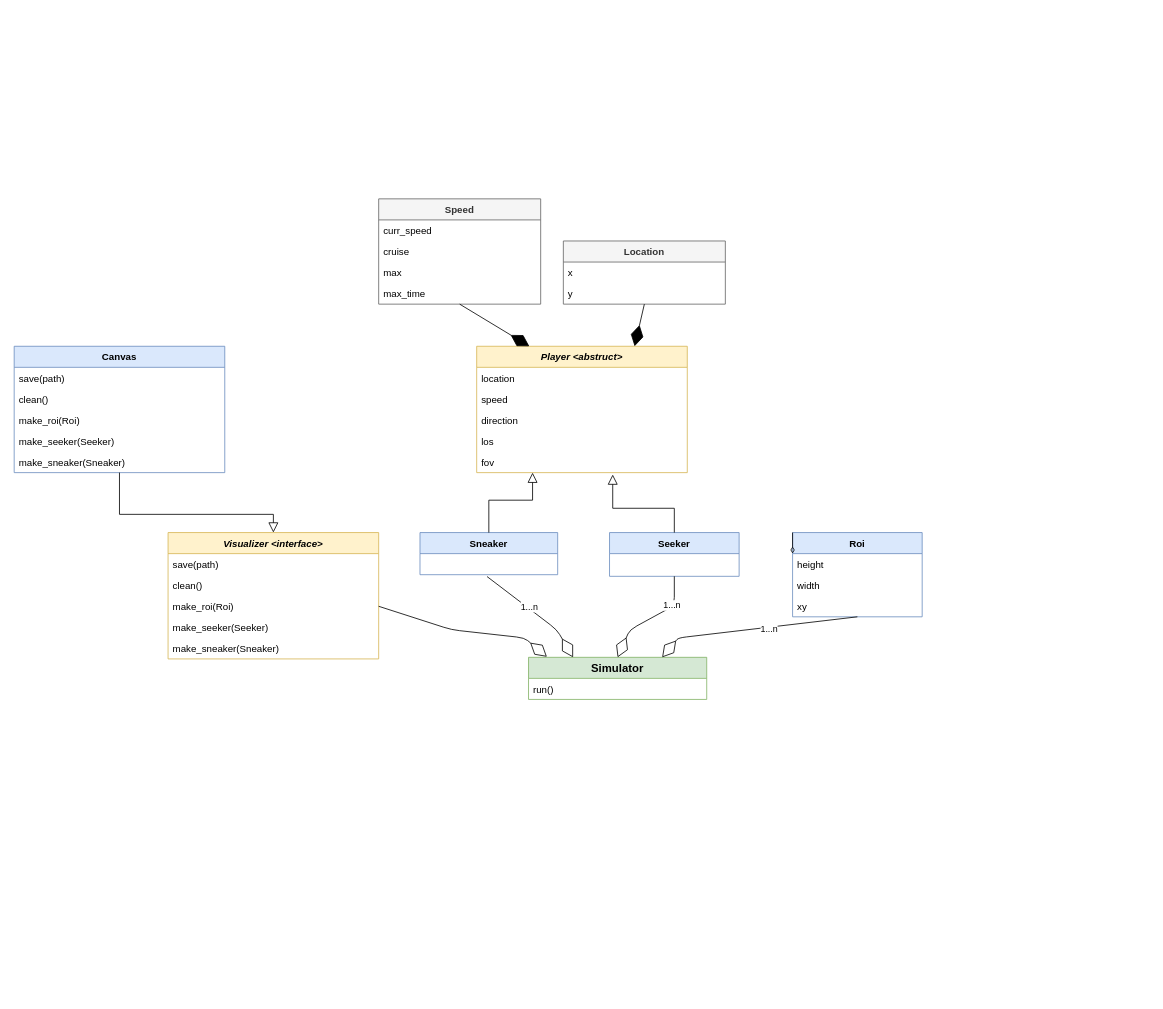
This is sneaker_seeker_app/sneaker_seeker_class_diagram.drawio from shaymic1/SneakerSeeker, a draw.io file, before an edit. Source tidied: cells renumbered, new cells numbered last; positions are measured from the earlier drawing's top-left corner, leaving out a move shared by most shapes. Both pictures are drawn from the tidied source at 81%, with x=0, y=0 at pixel (14, 198).
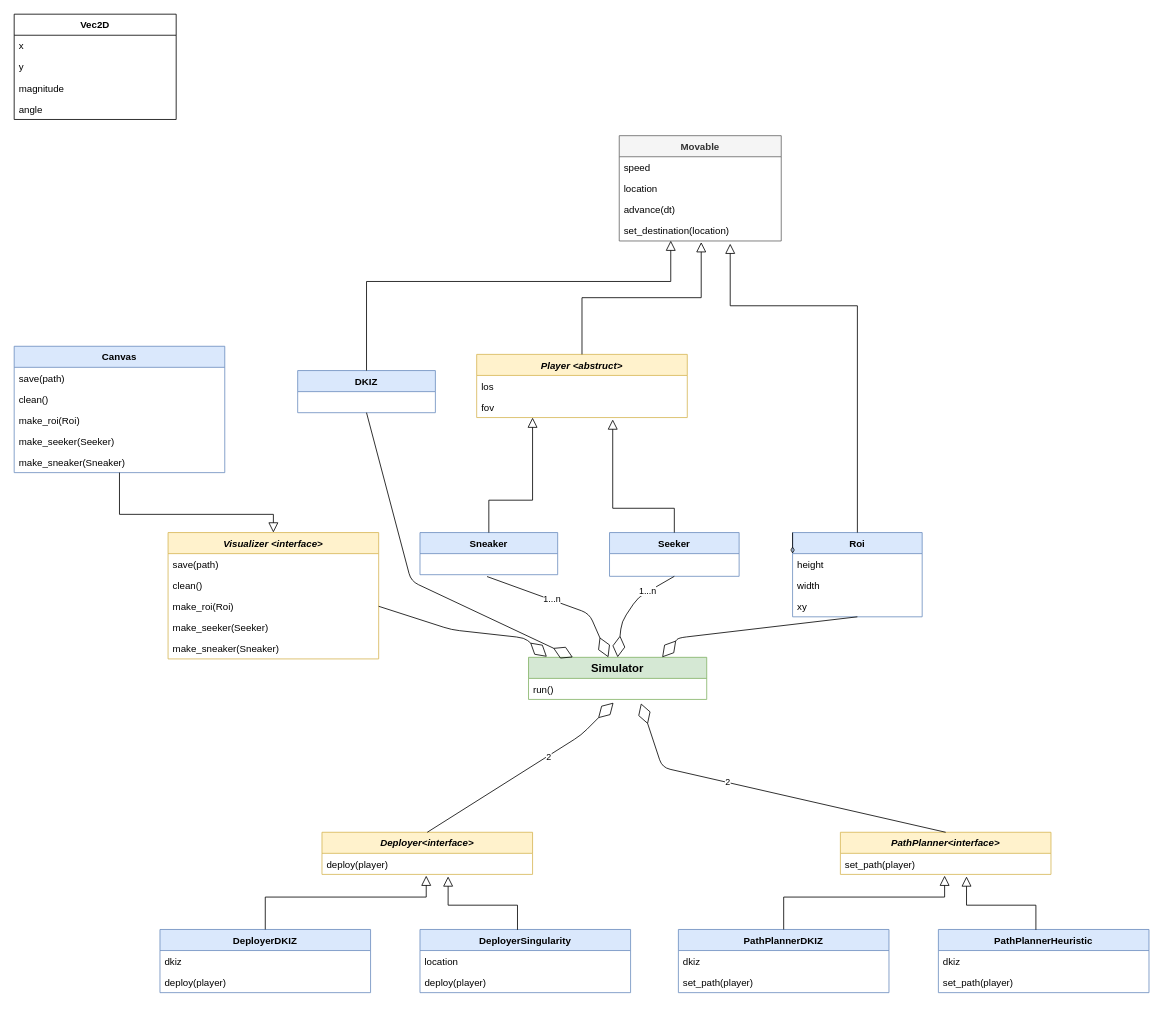
Above is the later version.

Commit message (it also covers changes not shown here):
- add progress bar - extend UML diagram - extend the "set_destination" to set the observation_direction of the Players. - type hint all the fields of simulator.

Unchanged cells that the change refers to:
```xml
<mxCell id="9" value="Simulator" style="swimlane;fontStyle=1;horizontal=1;startSize=26;fillColor=#d5e8d4;strokeColor=#82b366;fontSize=14;" parent="1" vertex="1">
  <mxGeometry x="635" y="566" width="220" height="52" as="geometry" />
</mxCell>
<mxCell id="10" value="run()" style="text;strokeColor=none;fillColor=none;align=left;verticalAlign=top;spacingLeft=4;spacingRight=4;overflow=hidden;points=[[0,0.5],[1,0.5]];portConstraint=eastwest;" parent="9" vertex="1">
  <mxGeometry y="26" width="220" height="26" as="geometry" />
</mxCell>
<mxCell id="11" value="Roi" style="swimlane;fontStyle=1;horizontal=1;startSize=26;fillColor=#dae8fc;strokeColor=#6c8ebf;" parent="1" vertex="1">
  <mxGeometry x="961" y="412" width="160" height="104" as="geometry" />
</mxCell>
<mxCell id="47" style="endArrow=diamondThin;endFill=0;endSize=24;html=1;exitX=0.5;exitY=1;exitDx=0;exitDy=0;entryX=0.75;entryY=0;entryDx=0;entryDy=0;" parent="1" edge="1" source="11" target="9">
  <mxGeometry relative="1" as="geometry">
    <Array as="points">
      <mxPoint x="820" y="542" />
    </Array>
  </mxGeometry>
</mxCell>
```

The edit, as a diff of the source:
```diff
@@
-    <mxCell id="17" style="endArrow=diamondThin;endFill=0;endSize=24;html=1;exitX=0.487;exitY=1.089;exitDx=0;exitDy=0;entryX=0.25;entryY=0;entryDx=0;entryDy=0;exitPerimeter=0;" parent="1" edge="1" target="9">
+    <mxCell id="17" style="endArrow=diamondThin;endFill=0;endSize=24;html=1;exitX=0.487;exitY=1.089;exitDx=0;exitDy=0;exitPerimeter=0;" parent="1" edge="1" target="9">
       <mxGeometry relative="1" as="geometry">
         <mxPoint x="583.8" y="466.3" as="sourcePoint" />
         <Array as="points">
-          <mxPoint x="670" y="532" />
+          <mxPoint x="710" y="512" />
         </Array>
       </mxGeometry>
     </mxCell>
@@
     <mxCell id="20" style="endArrow=diamondThin;endFill=0;endSize=24;html=1;entryX=0.5;entryY=0;entryDx=0;entryDy=0;" parent="1" edge="1" target="9">
       <mxGeometry relative="1" as="geometry">
         <mxPoint x="815" y="466" as="sourcePoint" />
         <Array as="points">
-          <mxPoint x="815" y="502" />
-          <mxPoint x="760" y="532" />
+          <mxPoint x="770" y="492" />
+          <mxPoint x="750" y="522" />
         </Array>
       </mxGeometry>
     </mxCell>
@@
     <mxCell id="29" value="Player &lt;abstruct&gt;" style="swimlane;fontStyle=3;horizontal=1;startSize=26;fillColor=#fff2cc;strokeColor=#d6b656;" parent="1" vertex="1">
-      <mxGeometry x="571" y="182" width="260" height="156" as="geometry" />
+      <mxGeometry x="571" y="192" width="260" height="78" as="geometry" />
     </mxCell>
-    <mxCell id="30" value="location" style="text;strokeColor=none;fillColor=none;align=left;verticalAlign=top;spacingLeft=4;spacingRight=4;overflow=hidden;" parent="29" vertex="1">
-      <mxGeometry y="26" width="260" height="26" as="geometry" />
-    </mxCell>
-    <mxCell id="31" value="speed" style="text;strokeColor=none;fillColor=none;align=left;verticalAlign=top;spacingLeft=4;spacingRight=4;overflow=hidden;" parent="29" vertex="1">
-      <mxGeometry y="52" width="260" height="26" as="geometry" />
-    </mxCell>
-    <mxCell id="32" value="direction" style="text;strokeColor=none;fillColor=none;align=left;verticalAlign=top;spacingLeft=4;spacingRight=4;overflow=hidden;" parent="29" vertex="1">
-      <mxGeometry y="78" width="260" height="26" as="geometry" />
-    </mxCell>
     <mxCell id="33" value="los" style="text;strokeColor=none;fillColor=none;align=left;verticalAlign=top;spacingLeft=4;spacingRight=4;overflow=hidden;" parent="29" vertex="1">
-      <mxGeometry y="104" width="260" height="26" as="geometry" />
+      <mxGeometry y="26" width="260" height="26" as="geometry" />
     </mxCell>
     <mxCell id="34" value="fov" style="text;strokeColor=none;fillColor=none;align=left;verticalAlign=top;spacingLeft=4;spacingRight=4;overflow=hidden;points=[[0,0.5],[1,0.5]];portConstraint=eastwest;" parent="29" vertex="1">
-      <mxGeometry y="130" width="260" height="26" as="geometry" />
+      <mxGeometry y="52" width="260" height="26" as="geometry" />
     </mxCell>
@@
-    <mxCell id="37" value="Speed" style="swimlane;fontStyle=1;horizontal=1;startSize=26;fillColor=#f5f5f5;strokeColor=#666666;fontColor=#333333;" parent="1" vertex="1">
-      <mxGeometry x="450" width="200" height="130" as="geometry" />
-    </mxCell>
-    <mxCell id="38" value="curr_speed" style="text;strokeColor=none;fillColor=none;align=left;verticalAlign=top;spacingLeft=4;spacingRight=4;overflow=hidden;" parent="37" vertex="1">
-      <mxGeometry y="26" width="200" height="26" as="geometry" />
-    </mxCell>
-    <mxCell id="39" value="cruise" style="text;strokeColor=none;fillColor=none;align=left;verticalAlign=top;spacingLeft=4;spacingRight=4;overflow=hidden;" parent="37" vertex="1">
-      <mxGeometry y="52" width="200" height="26" as="geometry" />
-    </mxCell>
-    <mxCell id="40" value="max" style="text;strokeColor=none;fillColor=none;align=left;verticalAlign=top;spacingLeft=4;spacingRight=4;overflow=hidden;" parent="37" vertex="1">
-      <mxGeometry y="78" width="200" height="26" as="geometry" />
-    </mxCell>
-    <mxCell id="41" value="max_time" style="text;strokeColor=none;fillColor=none;align=left;verticalAlign=top;spacingLeft=4;spacingRight=4;overflow=hidden;" parent="37" vertex="1">
-      <mxGeometry y="104" width="200" height="26" as="geometry" />
-    </mxCell>
-    <mxCell id="42" style="endArrow=diamondThin;endFill=1;endSize=24;html=1;exitX=0.5;exitY=1;exitDx=0;exitDy=0;entryX=0.25;entryY=0;entryDx=0;entryDy=0;" parent="1" edge="1" source="37" target="29">
-      <mxGeometry relative="1" as="geometry" />
-    </mxCell>
-    <mxCell id="43" value="Location" style="swimlane;fontStyle=1;horizontal=1;startSize=26;fillColor=#f5f5f5;strokeColor=#666666;fontColor=#333333;" parent="1" vertex="1">
-      <mxGeometry x="678" y="52" width="200" height="78" as="geometry" />
+    <mxCell id="43" value="Vec2D" style="swimlane;fontStyle=1;horizontal=1;startSize=26;" parent="1" vertex="1">
+      <mxGeometry y="-228" width="200" height="130" as="geometry" />
     </mxCell>
@@
-    <mxCell id="46" style="endArrow=diamondThin;endFill=1;endSize=24;html=1;exitX=0.5;exitY=1;exitDx=0;exitDy=0;entryX=0.75;entryY=0;entryDx=0;entryDy=0;" parent="1" edge="1" source="43" target="29">
-      <mxGeometry relative="1" as="geometry" />
-    </mxCell>
+    <mxCell id="49" value="magnitude" style="text;strokeColor=none;fillColor=none;align=left;verticalAlign=top;spacingLeft=4;spacingRight=4;overflow=hidden;" parent="43" vertex="1">
+      <mxGeometry y="78" width="200" height="26" as="geometry" />
+    </mxCell>
+    <mxCell id="50" value="angle" style="text;strokeColor=none;fillColor=none;align=left;verticalAlign=top;spacingLeft=4;spacingRight=4;overflow=hidden;" parent="43" vertex="1">
+      <mxGeometry y="104" width="200" height="26" as="geometry" />
+    </mxCell>
@@
-    <mxCell id="48" value="1...n" style="edgeLabel;html=1;align=center;verticalAlign=middle;" parent="47" vertex="1">
-      <mxGeometry x="-0.13" y="2" relative="1" as="geometry" />
-    </mxCell>
+    <mxCell id="51" value="Movable" style="swimlane;fontStyle=1;horizontal=1;startSize=26;fillColor=#f5f5f5;strokeColor=#666666;fontColor=#333333;" parent="1" vertex="1">
+      <mxGeometry x="747" y="-78" width="200" height="130" as="geometry" />
+    </mxCell>
+    <mxCell id="31" value="speed" style="text;strokeColor=none;fillColor=none;align=left;verticalAlign=top;spacingLeft=4;spacingRight=4;overflow=hidden;" parent="51" vertex="1">
+      <mxGeometry y="26" width="200" height="26" as="geometry" />
+    </mxCell>
+    <mxCell id="52" value="location" style="text;strokeColor=none;fillColor=none;align=left;verticalAlign=top;spacingLeft=4;spacingRight=4;overflow=hidden;" parent="51" vertex="1">
+      <mxGeometry y="52" width="200" height="26" as="geometry" />
+    </mxCell>
+    <mxCell id="53" value="advance(dt)" style="text;strokeColor=none;fillColor=none;align=left;verticalAlign=top;spacingLeft=4;spacingRight=4;overflow=hidden;" parent="51" vertex="1">
+      <mxGeometry y="78" width="200" height="26" as="geometry" />
+    </mxCell>
+    <mxCell id="54" value="set_destination(location)" style="text;strokeColor=none;fillColor=none;align=left;verticalAlign=top;spacingLeft=4;spacingRight=4;overflow=hidden;points=[[0,0.5],[1,0.5]];portConstraint=eastwest;" parent="51" vertex="1">
+      <mxGeometry y="104" width="200" height="26" as="geometry" />
+    </mxCell>
+    <mxCell id="55" style="endArrow=block;endSize=10;endFill=0;shadow=0;strokeWidth=1;rounded=0;edgeStyle=elbowEdgeStyle;elbow=vertical;exitX=0.5;exitY=0;exitDx=0;exitDy=0;entryX=0.506;entryY=1.054;entryDx=0;entryDy=0;entryPerimeter=0;" parent="1" edge="1" source="29" target="54">
+      <mxGeometry relative="1" as="geometry">
+        <Array as="points">
+          <mxPoint x="780" y="122" />
+          <mxPoint x="480" y="365.5" />
+          <mxPoint x="380" y="379.5" />
+          <mxPoint x="360" y="366.5" />
+          <mxPoint x="390" y="392.5" />
+          <mxPoint x="420" y="730.5" />
+        </Array>
+      </mxGeometry>
+    </mxCell>
+    <mxCell id="56" style="endArrow=block;endSize=10;endFill=0;shadow=0;strokeWidth=1;rounded=0;edgeStyle=elbowEdgeStyle;elbow=vertical;exitX=0.5;exitY=0;exitDx=0;exitDy=0;entryX=0.685;entryY=1.127;entryDx=0;entryDy=0;entryPerimeter=0;" parent="1" edge="1" source="11" target="54">
+      <mxGeometry relative="1" as="geometry">
+        <Array as="points">
+          <mxPoint x="790" y="132" />
+          <mxPoint x="490" y="375.5" />
+          <mxPoint x="390" y="389.5" />
+          <mxPoint x="370" y="376.5" />
+          <mxPoint x="400" y="402.5" />
+          <mxPoint x="430" y="740.5" />
+        </Array>
+      </mxGeometry>
+    </mxCell>
+    <mxCell id="57" value="DKIZ" style="swimlane;fontStyle=1;horizontal=1;startSize=26;fillColor=#dae8fc;strokeColor=#6c8ebf;" parent="1" vertex="1">
+      <mxGeometry x="350" y="212" width="170" height="52" as="geometry" />
+    </mxCell>
+    <mxCell id="58" style="endArrow=block;endSize=10;endFill=0;shadow=0;strokeWidth=1;rounded=0;edgeStyle=elbowEdgeStyle;elbow=vertical;exitX=0.5;exitY=0;exitDx=0;exitDy=0;entryX=0.318;entryY=0.982;entryDx=0;entryDy=0;entryPerimeter=0;" parent="1" edge="1" source="57" target="54">
+      <mxGeometry relative="1" as="geometry">
+        <Array as="points">
+          <mxPoint x="630" y="102" />
+          <mxPoint x="490" y="375.5" />
+          <mxPoint x="390" y="389.5" />
+          <mxPoint x="370" y="376.5" />
+          <mxPoint x="400" y="402.5" />
+          <mxPoint x="430" y="740.5" />
+        </Array>
+      </mxGeometry>
+    </mxCell>
+    <mxCell id="59" style="endArrow=diamondThin;endFill=0;endSize=24;html=1;exitX=0.5;exitY=1;exitDx=0;exitDy=0;" parent="1" edge="1" source="57" target="9">
+      <mxGeometry relative="1" as="geometry">
+        <Array as="points">
+          <mxPoint x="490" y="472" />
+        </Array>
+      </mxGeometry>
+    </mxCell>
+    <mxCell id="60" value="DeployerDKIZ" style="swimlane;fontStyle=1;horizontal=1;startSize=26;fillColor=#dae8fc;strokeColor=#6c8ebf;" parent="1" vertex="1">
+      <mxGeometry x="180" y="902" width="260" height="78" as="geometry" />
+    </mxCell>
+    <mxCell id="61" value="dkiz" style="text;strokeColor=none;fillColor=none;align=left;verticalAlign=top;spacingLeft=4;spacingRight=4;overflow=hidden;" parent="60" vertex="1">
+      <mxGeometry y="26" width="260" height="26" as="geometry" />
+    </mxCell>
+    <mxCell id="62" value="deploy(player)" style="text;strokeColor=none;fillColor=none;align=left;verticalAlign=top;spacingLeft=4;spacingRight=4;overflow=hidden;" parent="60" vertex="1">
+      <mxGeometry y="52" width="260" height="26" as="geometry" />
+    </mxCell>
+    <mxCell id="63" value="Deployer&lt;interface&gt;" style="swimlane;fontStyle=3;horizontal=1;startSize=26;fillColor=#fff2cc;strokeColor=#d6b656;" parent="1" vertex="1">
+      <mxGeometry x="380" y="782" width="260" height="52" as="geometry" />
+    </mxCell>
+    <mxCell id="64" value="deploy(player)" style="text;strokeColor=none;fillColor=none;align=left;verticalAlign=top;spacingLeft=4;spacingRight=4;overflow=hidden;points=[[0,0.5],[1,0.5]];portConstraint=eastwest;" parent="63" vertex="1">
+      <mxGeometry y="26" width="260" height="26" as="geometry" />
+    </mxCell>
+    <mxCell id="65" style="endArrow=block;endSize=10;endFill=0;shadow=0;strokeWidth=1;rounded=0;edgeStyle=elbowEdgeStyle;elbow=vertical;entryX=0.495;entryY=1.059;entryDx=0;entryDy=0;exitX=0.5;exitY=0;exitDx=0;exitDy=0;entryPerimeter=0;" parent="1" edge="1" source="60" target="64">
+      <mxGeometry relative="1" as="geometry">
+        <Array as="points">
+          <mxPoint x="430" y="862" />
+          <mxPoint x="260" y="481.5" />
+          <mxPoint x="160" y="495.5" />
+          <mxPoint x="140" y="482.5" />
+          <mxPoint x="170" y="508.5" />
+          <mxPoint x="200" y="846.5" />
+        </Array>
+      </mxGeometry>
+    </mxCell>
+    <mxCell id="66" style="endArrow=diamondThin;endFill=0;endSize=24;html=1;exitX=0.5;exitY=0;exitDx=0;exitDy=0;" parent="1" edge="1" source="63">
+      <mxGeometry relative="1" as="geometry">
+        <mxPoint x="740" y="622" as="targetPoint" />
+        <Array as="points">
+          <mxPoint x="700" y="662" />
+        </Array>
+      </mxGeometry>
+    </mxCell>
+    <mxCell id="67" value="2" style="edgeLabel;html=1;align=center;verticalAlign=middle;" parent="66" vertex="1">
+      <mxGeometry x="0.25" y="-1" relative="1" as="geometry" />
+    </mxCell>
+    <mxCell id="68" value="DeployerSingularity" style="swimlane;fontStyle=1;horizontal=1;startSize=26;fillColor=#dae8fc;strokeColor=#6c8ebf;" parent="1" vertex="1">
+      <mxGeometry x="501" y="902" width="260" height="78" as="geometry" />
+    </mxCell>
+    <mxCell id="30" value="location" style="text;strokeColor=none;fillColor=none;align=left;verticalAlign=top;spacingLeft=4;spacingRight=4;overflow=hidden;" parent="68" vertex="1">
+      <mxGeometry y="26" width="260" height="26" as="geometry" />
+    </mxCell>
+    <mxCell id="69" value="deploy(player)" style="text;strokeColor=none;fillColor=none;align=left;verticalAlign=top;spacingLeft=4;spacingRight=4;overflow=hidden;" parent="68" vertex="1">
+      <mxGeometry y="52" width="260" height="26" as="geometry" />
+    </mxCell>
+    <mxCell id="70" style="endArrow=block;endSize=10;endFill=0;shadow=0;strokeWidth=1;rounded=0;edgeStyle=elbowEdgeStyle;elbow=vertical;entryX=0.599;entryY=1.095;entryDx=0;entryDy=0;exitX=0.463;exitY=0.005;exitDx=0;exitDy=0;entryPerimeter=0;exitPerimeter=0;" parent="1" edge="1" source="68" target="64">
+      <mxGeometry relative="1" as="geometry">
+        <Array as="points">
+          <mxPoint x="440" y="872" />
+          <mxPoint x="270" y="491.5" />
+          <mxPoint x="170" y="505.5" />
+          <mxPoint x="150" y="492.5" />
+          <mxPoint x="180" y="518.5" />
+          <mxPoint x="210" y="856.5" />
+        </Array>
+      </mxGeometry>
+    </mxCell>
+    <mxCell id="71" value="PathPlannerDKIZ" style="swimlane;fontStyle=1;horizontal=1;startSize=26;fillColor=#dae8fc;strokeColor=#6c8ebf;" parent="1" vertex="1">
+      <mxGeometry x="820" y="902" width="260" height="78" as="geometry" />
+    </mxCell>
+    <mxCell id="72" value="dkiz" style="text;strokeColor=none;fillColor=none;align=left;verticalAlign=top;spacingLeft=4;spacingRight=4;overflow=hidden;" parent="71" vertex="1">
+      <mxGeometry y="26" width="260" height="26" as="geometry" />
+    </mxCell>
+    <mxCell id="73" value="set_path(player)" style="text;strokeColor=none;fillColor=none;align=left;verticalAlign=top;spacingLeft=4;spacingRight=4;overflow=hidden;" parent="71" vertex="1">
+      <mxGeometry y="52" width="260" height="26" as="geometry" />
+    </mxCell>
+    <mxCell id="74" value="PathPlanner&lt;interface&gt;" style="swimlane;fontStyle=3;horizontal=1;startSize=26;fillColor=#fff2cc;strokeColor=#d6b656;" parent="1" vertex="1">
+      <mxGeometry x="1020" y="782" width="260" height="52" as="geometry" />
+    </mxCell>
+    <mxCell id="75" value="set_path(player)" style="text;strokeColor=none;fillColor=none;align=left;verticalAlign=top;spacingLeft=4;spacingRight=4;overflow=hidden;points=[[0,0.5],[1,0.5]];portConstraint=eastwest;" parent="74" vertex="1">
+      <mxGeometry y="26" width="260" height="26" as="geometry" />
+    </mxCell>
+    <mxCell id="76" style="endArrow=block;endSize=10;endFill=0;shadow=0;strokeWidth=1;rounded=0;edgeStyle=elbowEdgeStyle;elbow=vertical;entryX=0.495;entryY=1.059;entryDx=0;entryDy=0;exitX=0.5;exitY=0;exitDx=0;exitDy=0;entryPerimeter=0;" parent="1" edge="1" source="71" target="75">
+      <mxGeometry relative="1" as="geometry">
+        <Array as="points">
+          <mxPoint x="1070" y="862" />
+          <mxPoint x="900" y="481.5" />
+          <mxPoint x="800" y="495.5" />
+          <mxPoint x="780" y="482.5" />
+          <mxPoint x="810" y="508.5" />
+          <mxPoint x="840" y="846.5" />
+        </Array>
+      </mxGeometry>
+    </mxCell>
+    <mxCell id="77" style="endArrow=diamondThin;endFill=0;endSize=24;html=1;exitX=0.5;exitY=0;exitDx=0;exitDy=0;entryX=0.631;entryY=1.186;entryDx=0;entryDy=0;entryPerimeter=0;" parent="1" edge="1" source="74" target="10">
+      <mxGeometry relative="1" as="geometry">
+        <Array as="points">
+          <mxPoint x="800" y="702" />
+        </Array>
+      </mxGeometry>
+    </mxCell>
+    <mxCell id="78" value="2" style="edgeLabel;html=1;align=center;verticalAlign=middle;" parent="77" vertex="1">
+      <mxGeometry x="0.25" y="-1" relative="1" as="geometry" />
+    </mxCell>
+    <mxCell id="79" value="PathPlannerHeuristic" style="swimlane;fontStyle=1;horizontal=1;startSize=26;fillColor=#dae8fc;strokeColor=#6c8ebf;" parent="1" vertex="1">
+      <mxGeometry x="1141" y="902" width="260" height="78" as="geometry" />
+    </mxCell>
+    <mxCell id="80" value="dkiz" style="text;strokeColor=none;fillColor=none;align=left;verticalAlign=top;spacingLeft=4;spacingRight=4;overflow=hidden;" parent="79" vertex="1">
+      <mxGeometry y="26" width="260" height="26" as="geometry" />
+    </mxCell>
+    <mxCell id="81" value="set_path(player)" style="text;strokeColor=none;fillColor=none;align=left;verticalAlign=top;spacingLeft=4;spacingRight=4;overflow=hidden;" parent="79" vertex="1">
+      <mxGeometry y="52" width="260" height="26" as="geometry" />
+    </mxCell>
+    <mxCell id="82" style="endArrow=block;endSize=10;endFill=0;shadow=0;strokeWidth=1;rounded=0;edgeStyle=elbowEdgeStyle;elbow=vertical;entryX=0.599;entryY=1.095;entryDx=0;entryDy=0;exitX=0.463;exitY=0.005;exitDx=0;exitDy=0;entryPerimeter=0;exitPerimeter=0;" parent="1" edge="1" source="79" target="75">
+      <mxGeometry relative="1" as="geometry">
+        <Array as="points">
+          <mxPoint x="1080" y="872" />
+          <mxPoint x="910" y="491.5" />
+          <mxPoint x="810" y="505.5" />
+          <mxPoint x="790" y="492.5" />
+          <mxPoint x="820" y="518.5" />
+          <mxPoint x="850" y="856.5" />
+        </Array>
+      </mxGeometry>
+    </mxCell>
```
